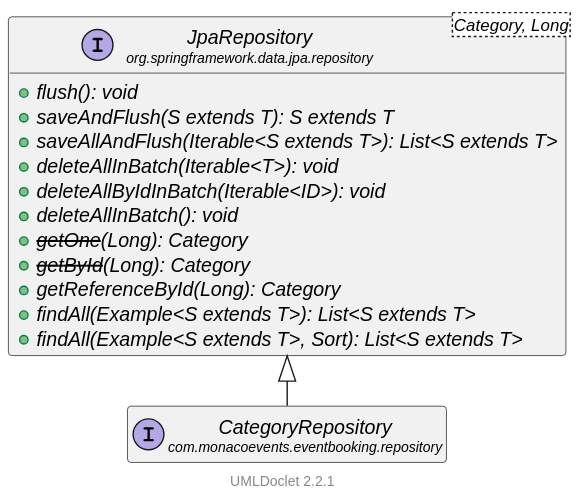
LorisDrid/event-booking-api keeps this PlantUML diagram as docs/uml/com/monacoevents/eventbooking/repository/CategoryRepository.svg. Above is the earlier version.
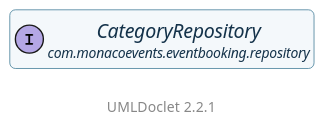
After the commit.

Diff of the diagram source:
```diff
@@ -1,29 +1,26 @@
 @startuml
 
 
-    !pragma layout smetana
+    skinparam shadowing false
+    skinparam roundCorner 8
+    skinparam defaultFontName Segoe UI
+    skinparam defaultFontSize 13
+    skinparam classBackgroundColor #F4F8FB
+    skinparam classBorderColor #2C6E8C
+    skinparam classArrowColor #2C6E8C
+    skinparam classFontColor #14324A
+    skinparam interfaceBackgroundColor #EAF6F0
+    skinparam interfaceBorderColor #2E9E6C
+    skinparam packageBackgroundColor #FBFBFD
+    skinparam packageBorderColor #B8C4D0
+    skinparam packageFontColor #33475B
+    !pragma layout dot
 
     set namespaceSeparator none
     hide empty fields
     hide empty methods
 
     interface "<size:14>CategoryRepository\n<size:10>com.monacoevents.eventbooking.repository" as com.monacoevents.eventbooking.repository.CategoryRepository [[..\..\..\..\..\..\target\reports\apidocs\com\monacoevents\eventbooking\repository\CategoryRepository.html]]
-
-    interface "<size:14>JpaRepository\n<size:10>org.springframework.data.jpa.repository" as org.springframework.data.jpa.repository.JpaRepository<Category, Long> {
-        {abstract} +flush(): void
-        {abstract} +saveAndFlush(S extends T): S extends T
-        {abstract} +saveAllAndFlush(Iterable<S extends T>): List<S extends T>
-        {abstract} +deleteAllInBatch(Iterable<T>): void
-        {abstract} +deleteAllByIdInBatch(Iterable<ID>): void
-        {abstract} +deleteAllInBatch(): void
-        {abstract} +--getOne--(Long): Category
-        {abstract} +--getById--(Long): Category
-        {abstract} +getReferenceById(Long): Category
-        {abstract} +findAll(Example<S extends T>): List<S extends T>
-        {abstract} +findAll(Example<S extends T>, Sort): List<S extends T>
-    }
-
-    org.springframework.data.jpa.repository.JpaRepository <|-- com.monacoevents.eventbooking.repository.CategoryRepository
 
     <style>
         footer {
```
